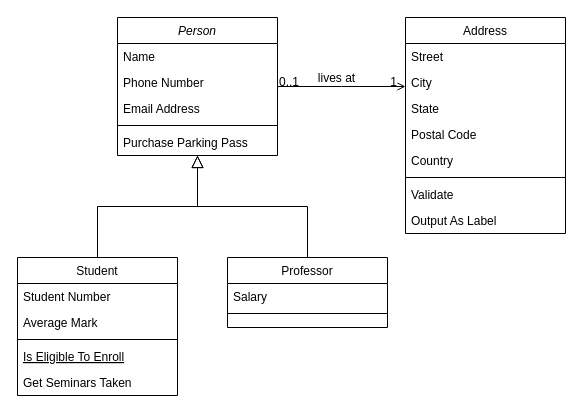
MateusPereira0/Balonismo keeps this draw.io diagram as Balonismo.drawio. Above is the earlier version. Source tidied: cells renumbered, new cells numbered last; positions are measured from the earlier drawing's top-left corner, leaving out a move shared by most shapes. Both pictures are drawn from the tidied source at 100%, with x=0, y=0 at pixel (17, 17).
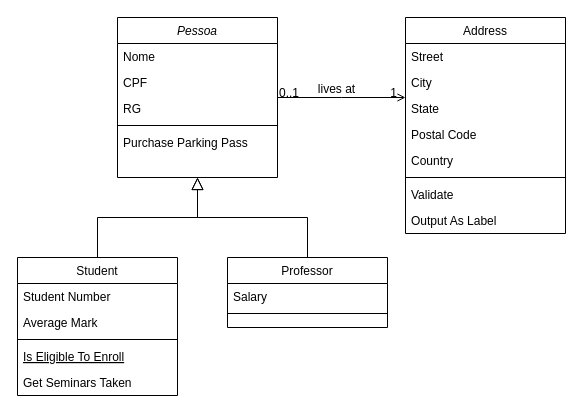
The same diagram, later.

What changed in the source:
```diff
@@
-    <mxCell id="2" value="Person" style="swimlane;fontStyle=2;align=center;verticalAlign=top;horizontal=1;startSize=26;rounded=0;shadow=0;strokeWidth=1;" parent="1" vertex="1">
-      <mxGeometry x="100" width="160" height="138" as="geometry" />
+    <mxCell id="2" value="Pessoa" style="swimlane;fontStyle=2;align=center;verticalAlign=top;horizontal=1;startSize=26;rounded=0;shadow=0;strokeWidth=1;" parent="1" vertex="1">
+      <mxGeometry x="100" width="160" height="160" as="geometry" />
     </mxCell>
-    <mxCell id="3" value="Name" style="text;align=left;verticalAlign=top;spacingLeft=4;spacingRight=4;overflow=hidden;" parent="2" vertex="1">
+    <mxCell id="3" value="Nome" style="text;align=left;verticalAlign=top;spacingLeft=4;spacingRight=4;overflow=hidden;" parent="2" vertex="1">
       <mxGeometry y="26" width="160" height="26" as="geometry" />
     </mxCell>
-    <mxCell id="4" value="Phone Number" style="text;align=left;verticalAlign=top;spacingLeft=4;spacingRight=4;overflow=hidden;rounded=0;shadow=0;html=0;" parent="2" vertex="1">
+    <mxCell id="4" value="CPF" style="text;align=left;verticalAlign=top;spacingLeft=4;spacingRight=4;overflow=hidden;rounded=0;shadow=0;html=0;" parent="2" vertex="1">
       <mxGeometry y="52" width="160" height="26" as="geometry" />
     </mxCell>
-    <mxCell id="5" value="Email Address" style="text;align=left;verticalAlign=top;spacingLeft=4;spacingRight=4;overflow=hidden;rounded=0;shadow=0;html=0;" parent="2" vertex="1">
+    <mxCell id="5" value="RG" style="text;align=left;verticalAlign=top;spacingLeft=4;spacingRight=4;overflow=hidden;rounded=0;shadow=0;html=0;" parent="2" vertex="1">
       <mxGeometry y="78" width="160" height="26" as="geometry" />
     </mxCell>
```
